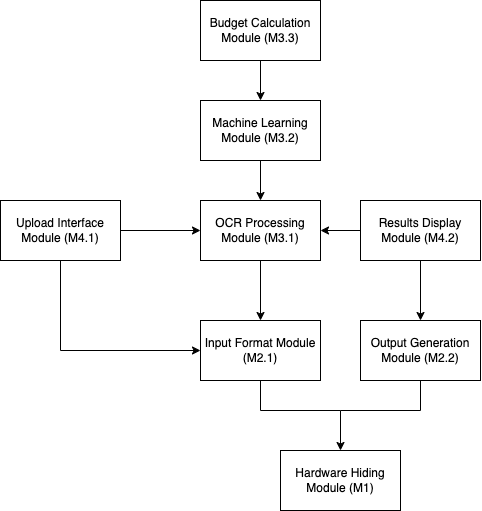
angelaw7/capstone keeps this draw.io diagram as docs/Design/SoftArchitecture/UsesHierarchy.png. Above is the earlier version. Source tidied: cells renumbered, new cells last; positions are measured from the earlier drawing's top-left corner, leaving out a move shared by most shapes.
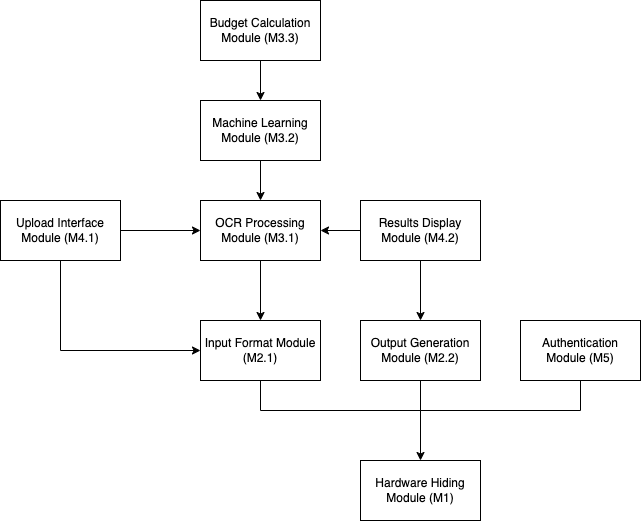
After the change.

Commit message:
adding authentication module

Change to the diagram source:
```diff
@@ -3,13 +3,13 @@
     <mxCell id="0" />
     <mxCell id="1" parent="0" />
     <mxCell id="2" value="Hardware Hiding Module (M1)" style="rounded=0;whiteSpace=wrap;html=1;" parent="1" vertex="1">
-      <mxGeometry x="280" y="450" width="120" height="60" as="geometry" />
+      <mxGeometry x="360" y="460" width="120" height="60" as="geometry" />
     </mxCell>
-    <mxCell id="3" style="edgeStyle=orthogonalEdgeStyle;rounded=0;jettySize=auto;html=1;" parent="1" edge="1" source="4" target="2">
+    <mxCell id="3" style="edgeStyle=orthogonalEdgeStyle;rounded=0;jettySize=auto;html=1;entryX=0.5;entryY=0;entryDx=0;entryDy=0;" parent="1" edge="1" source="4" target="2">
       <mxGeometry relative="1" as="geometry">
         <Array as="points">
           <mxPoint x="260" y="410" />
-          <mxPoint x="340" y="410" />
+          <mxPoint x="420" y="410" />
         </Array>
       </mxGeometry>
     </mxCell>
@@ -67,5 +67,16 @@
     <mxCell id="18" value="Results Display Module (M4.2)" style="rounded=0;whiteSpace=wrap;html=1;" parent="1" vertex="1">
       <mxGeometry x="360" y="200" width="120" height="60" as="geometry" />
     </mxCell>
+    <mxCell id="19" value="Authentication Module (M5)" style="rounded=0;whiteSpace=wrap;html=1;" parent="1" vertex="1">
+      <mxGeometry x="520" y="320" width="120" height="60" as="geometry" />
+    </mxCell>
+    <mxCell id="20" style="endArrow=none;html=1;rounded=0;entryX=0.5;entryY=1;entryDx=0;entryDy=0;" parent="1" edge="1" target="19">
+      <mxGeometry relative="1" as="geometry">
+        <mxPoint x="420" y="410" as="sourcePoint" />
+        <Array as="points">
+          <mxPoint x="580" y="410" />
+        </Array>
+      </mxGeometry>
+    </mxCell>
   </root>
 </mxGraphModel>
```
